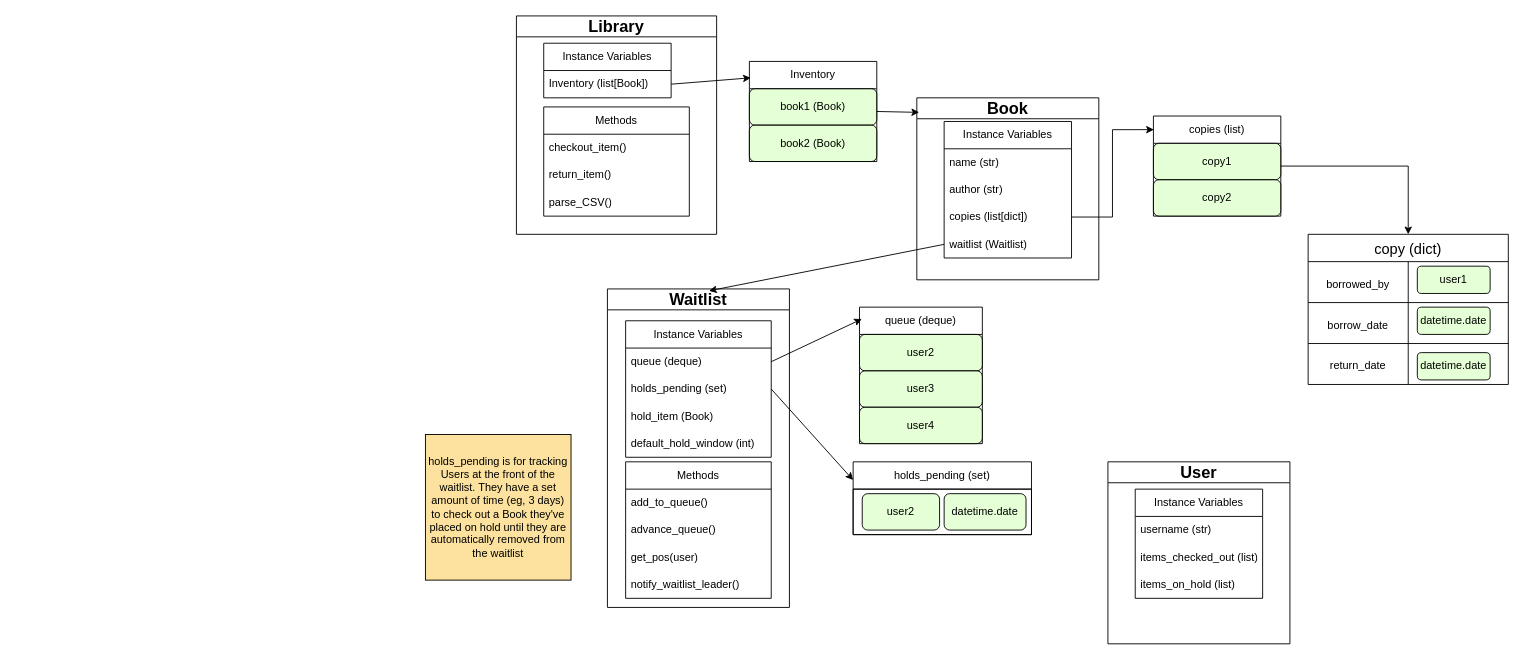
The draw.io diagram notes/LibraryManagement_V1.drawio in aLExDoesCodingStuff/EECE2140-Library-Management, before the edit. Source tidied: cells renumbered, new cells numbered last; positions are measured from the earlier drawing's top-left corner, leaving out a move shared by most shapes. Both pictures are drawn from the tidied source at 91%, with x=0, y=0 at pixel (425, 15).
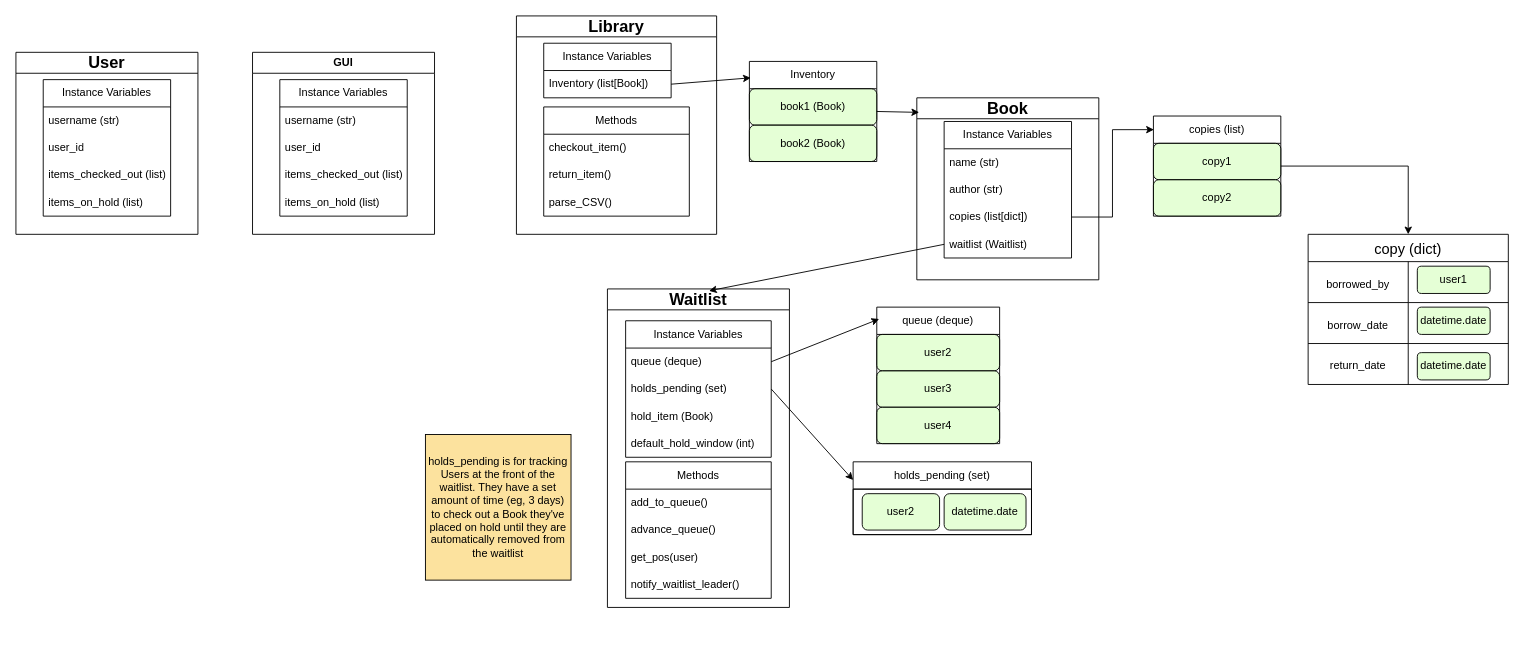
After the change.

What changed in the source:
```diff
@@
     <mxCell id="12" value="&lt;font style=&quot;font-size: 18px;&quot;&gt;User&lt;/font&gt;" style="swimlane;whiteSpace=wrap;html=1;" parent="1" vertex="1">
-      <mxGeometry x="750" y="490" width="200" height="200" as="geometry" />
+      <mxGeometry x="-450" y="40" width="200" height="200" as="geometry" />
     </mxCell>
     <mxCell id="13" value="Instance Variables" style="swimlane;fontStyle=0;horizontal=1;startSize=30;whiteSpace=wrap;html=1;" parent="12" vertex="1">
-      <mxGeometry x="30" y="30" width="140" height="120" as="geometry" />
+      <mxGeometry x="30" y="30" width="140" height="150" as="geometry" />
     </mxCell>
@@
+    <mxCell id="68" value="user_id" style="text;strokeColor=none;fillColor=none;align=left;verticalAlign=middle;spacingLeft=4;spacingRight=4;overflow=hidden;whiteSpace=wrap;html=1;" parent="13" vertex="1">
+      <mxGeometry y="60" width="140" height="30" as="geometry" />
+    </mxCell>
     <mxCell id="15" value="items_checked_out (list)" style="text;strokeColor=none;fillColor=none;align=left;verticalAlign=middle;spacingLeft=4;spacingRight=4;overflow=hidden;whiteSpace=wrap;html=1;" parent="13" vertex="1">
-      <mxGeometry y="60" width="140" height="30" as="geometry" />
+      <mxGeometry y="90" width="140" height="30" as="geometry" />
     </mxCell>
     <mxCell id="16" value="items_on_hold (list)" style="text;strokeColor=none;fillColor=none;align=left;verticalAlign=middle;spacingLeft=4;spacingRight=4;overflow=hidden;whiteSpace=wrap;html=1;" parent="13" vertex="1">
-      <mxGeometry y="90" width="140" height="30" as="geometry" />
+      <mxGeometry y="120" width="140" height="30" as="geometry" />
     </mxCell>
@@
     <mxCell id="29" value="queue (deque)" style="swimlane;fontStyle=0;horizontal=1;startSize=30;whiteSpace=wrap;html=1;" parent="1" vertex="1">
-      <mxGeometry x="477" y="320" width="135" height="150" as="geometry" />
+      <mxGeometry x="496" y="320" width="135" height="150" as="geometry" />
     </mxCell>
@@
+    <mxCell id="69" value="GUI" style="swimlane;whiteSpace=wrap;html=1;" parent="1" vertex="1">
+      <mxGeometry x="-190" y="40" width="200" height="200" as="geometry" />
+    </mxCell>
+    <mxCell id="70" value="Instance Variables" style="swimlane;fontStyle=0;horizontal=1;startSize=30;whiteSpace=wrap;html=1;" parent="69" vertex="1">
+      <mxGeometry x="30" y="30" width="140" height="150" as="geometry" />
+    </mxCell>
+    <mxCell id="71" value="username (str)" style="text;strokeColor=none;fillColor=none;align=left;verticalAlign=middle;spacingLeft=4;spacingRight=4;overflow=hidden;whiteSpace=wrap;html=1;" parent="70" vertex="1">
+      <mxGeometry y="30" width="140" height="30" as="geometry" />
+    </mxCell>
+    <mxCell id="72" value="user_id" style="text;strokeColor=none;fillColor=none;align=left;verticalAlign=middle;spacingLeft=4;spacingRight=4;overflow=hidden;whiteSpace=wrap;html=1;" parent="70" vertex="1">
+      <mxGeometry y="60" width="140" height="30" as="geometry" />
+    </mxCell>
+    <mxCell id="73" value="items_checked_out (list)" style="text;strokeColor=none;fillColor=none;align=left;verticalAlign=middle;spacingLeft=4;spacingRight=4;overflow=hidden;whiteSpace=wrap;html=1;" parent="70" vertex="1">
+      <mxGeometry y="90" width="140" height="30" as="geometry" />
+    </mxCell>
+    <mxCell id="74" value="items_on_hold (list)" style="text;strokeColor=none;fillColor=none;align=left;verticalAlign=middle;spacingLeft=4;spacingRight=4;overflow=hidden;whiteSpace=wrap;html=1;" parent="70" vertex="1">
+      <mxGeometry y="120" width="140" height="30" as="geometry" />
+    </mxCell>
```
